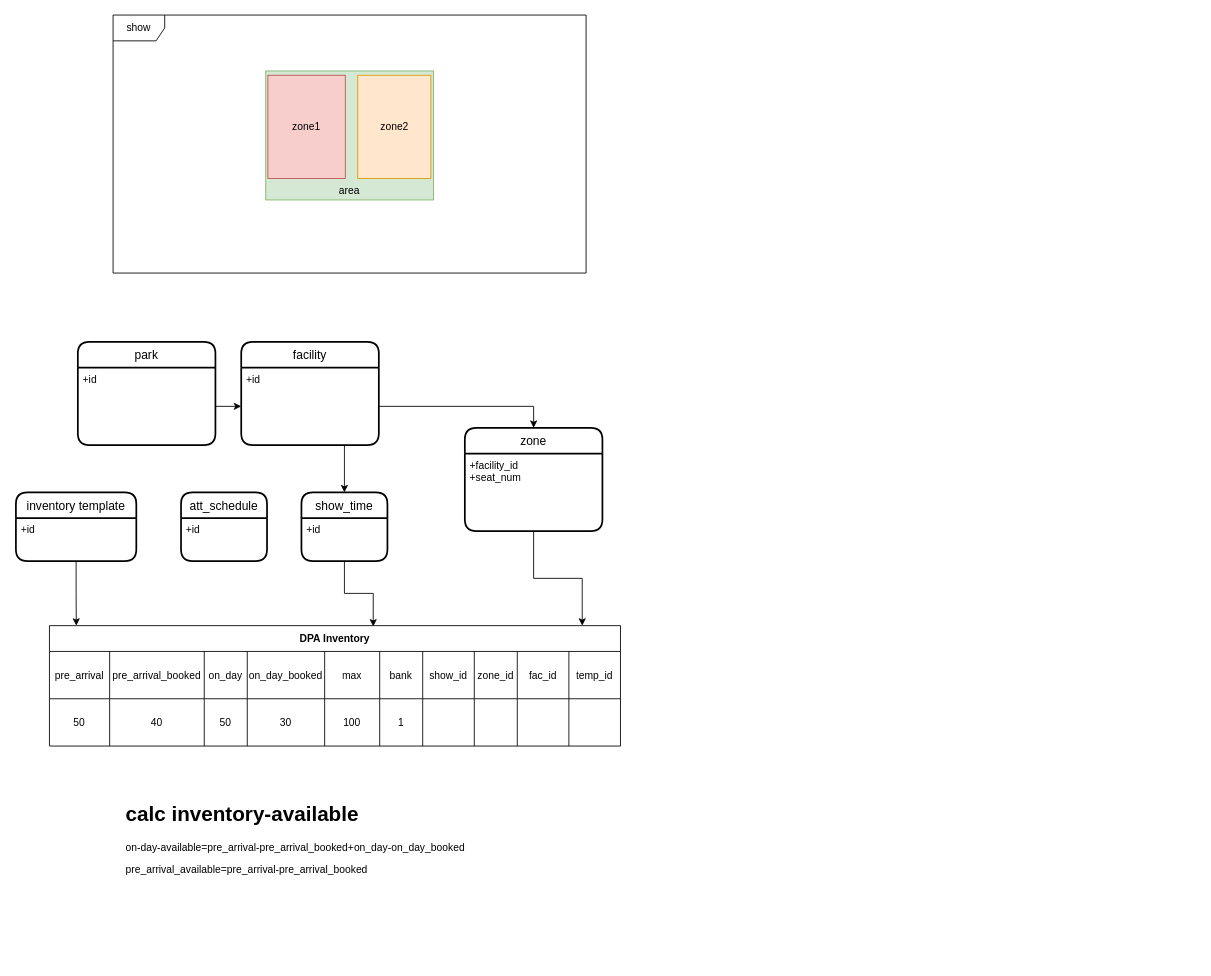
lixyu/draw keeps this draw.io diagram as disney/ent_inventory_datad_structure.drawio. Above is the earlier version. Source tidied: cells renumbered, new cells numbered last; positions are measured from the earlier drawing's top-left corner, leaving out a move shared by most shapes. Both pictures are drawn from the tidied source at 86%, with x=0, y=0 at pixel (15, 15).
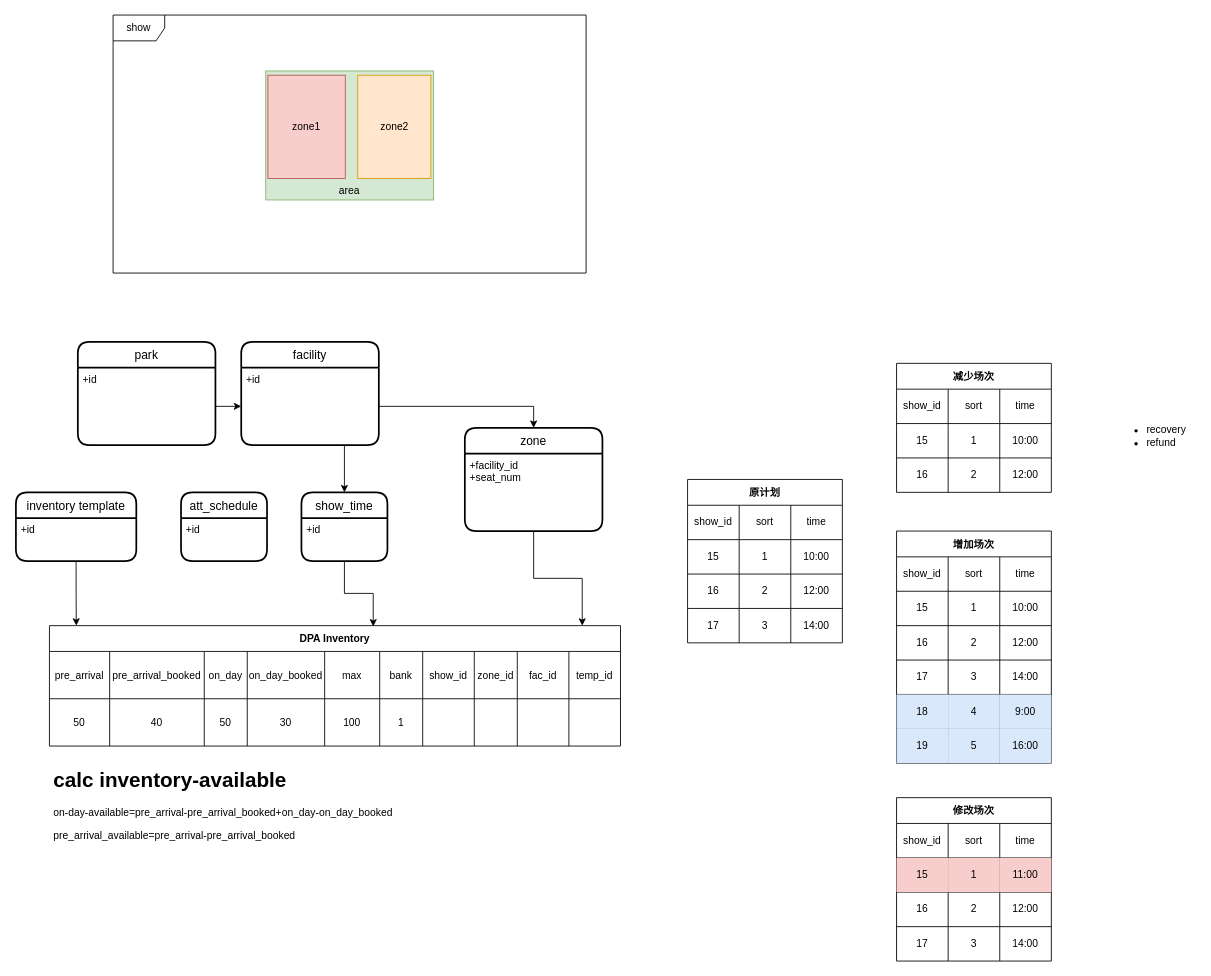
Above is the later version.

What changed in the source:
```diff
@@
     <mxCell id="32" value="&lt;h1&gt;calc inventory-available&lt;/h1&gt;&lt;p&gt;on-day-available=pre_arrival-pre_arrival_booked+on_day-on_day_booked&lt;/p&gt;&lt;p&gt;pre_arrival_available=pre_arrival-pre_arrival_booked&lt;/p&gt;" style="text;html=1;strokeColor=none;fillColor=none;spacing=5;spacingTop=-20;whiteSpace=wrap;overflow=hidden;rounded=0;" parent="1" vertex="1">
-      <mxGeometry x="123" y="910" width="460" height="140" as="geometry" />
+      <mxGeometry x="39" y="870" width="460" height="140" as="geometry" />
     </mxCell>
@@
+    <mxCell id="49" value="原计划" style="shape=table;startSize=30;childLayout=tableLayout;fontStyle=1;align=center;" parent="1" vertex="1">
+      <mxGeometry x="781" y="540" width="180" height="190" as="geometry" />
+    </mxCell>
+    <mxCell id="50" style="shape=tableRow;horizontal=0;startSize=0;swimlaneHead=0;swimlaneBody=0;top=0;left=0;bottom=0;right=0;fillColor=none;" parent="49" vertex="1">
+      <mxGeometry y="30" width="180" height="40" as="geometry" />
+    </mxCell>
+    <mxCell id="51" value="show_id" style="shape=partialRectangle;html=1;whiteSpace=wrap;fillColor=none;top=0;left=0;bottom=0;right=0;overflow=hidden;" parent="50" vertex="1">
+      <mxGeometry width="60" height="40" as="geometry" />
+    </mxCell>
+    <mxCell id="52" value="sort" style="shape=partialRectangle;html=1;whiteSpace=wrap;fillColor=none;top=0;left=0;bottom=0;right=0;overflow=hidden;" parent="50" vertex="1">
+      <mxGeometry x="60" width="60" height="40" as="geometry" />
+    </mxCell>
+    <mxCell id="53" value="time" style="shape=partialRectangle;html=1;whiteSpace=wrap;fillColor=none;top=0;left=0;bottom=0;right=0;overflow=hidden;" parent="50" vertex="1">
+      <mxGeometry x="120" width="60" height="40" as="geometry" />
+    </mxCell>
+    <mxCell id="54" style="shape=tableRow;horizontal=0;startSize=0;swimlaneHead=0;swimlaneBody=0;top=0;left=0;bottom=0;right=0;fillColor=none;" parent="49" vertex="1">
+      <mxGeometry y="70" width="180" height="40" as="geometry" />
+    </mxCell>
+    <mxCell id="55" value="15" style="shape=partialRectangle;html=1;whiteSpace=wrap;fillColor=none;top=0;left=0;bottom=0;right=0;overflow=hidden;" parent="54" vertex="1">
+      <mxGeometry width="60" height="40" as="geometry" />
+    </mxCell>
+    <mxCell id="56" value="1" style="shape=partialRectangle;html=1;whiteSpace=wrap;fillColor=none;top=0;left=0;bottom=0;right=0;overflow=hidden;" parent="54" vertex="1">
+      <mxGeometry x="60" width="60" height="40" as="geometry" />
+    </mxCell>
+    <mxCell id="57" value="10:00" style="shape=partialRectangle;html=1;whiteSpace=wrap;fillColor=none;top=0;left=0;bottom=0;right=0;overflow=hidden;" parent="54" vertex="1">
+      <mxGeometry x="120" width="60" height="40" as="geometry" />
+    </mxCell>
+    <mxCell id="58" style="shape=tableRow;horizontal=0;startSize=0;swimlaneHead=0;swimlaneBody=0;top=0;left=0;bottom=0;right=0;fillColor=none;" parent="49" vertex="1">
+      <mxGeometry y="110" width="180" height="40" as="geometry" />
+    </mxCell>
+    <mxCell id="59" value="16" style="shape=partialRectangle;html=1;whiteSpace=wrap;fillColor=none;top=0;left=0;bottom=0;right=0;overflow=hidden;" parent="58" vertex="1">
+      <mxGeometry width="60" height="40" as="geometry" />
+    </mxCell>
+    <mxCell id="60" value="2" style="shape=partialRectangle;html=1;whiteSpace=wrap;fillColor=none;top=0;left=0;bottom=0;right=0;overflow=hidden;" parent="58" vertex="1">
+      <mxGeometry x="60" width="60" height="40" as="geometry" />
+    </mxCell>
+    <mxCell id="61" value="12:00" style="shape=partialRectangle;html=1;whiteSpace=wrap;fillColor=none;top=0;left=0;bottom=0;right=0;overflow=hidden;" parent="58" vertex="1">
+      <mxGeometry x="120" width="60" height="40" as="geometry" />
+    </mxCell>
+    <mxCell id="62" style="shape=tableRow;horizontal=0;startSize=0;swimlaneHead=0;swimlaneBody=0;top=0;left=0;bottom=0;right=0;fillColor=none;" parent="49" vertex="1">
+      <mxGeometry y="150" width="180" height="40" as="geometry" />
+    </mxCell>
+    <mxCell id="63" value="17" style="shape=partialRectangle;html=1;whiteSpace=wrap;fillColor=none;top=0;left=0;bottom=0;right=0;overflow=hidden;" parent="62" vertex="1">
+      <mxGeometry width="60" height="40" as="geometry" />
+    </mxCell>
+    <mxCell id="64" value="3" style="shape=partialRectangle;html=1;whiteSpace=wrap;fillColor=none;top=0;left=0;bottom=0;right=0;overflow=hidden;" parent="62" vertex="1">
+      <mxGeometry x="60" width="60" height="40" as="geometry" />
+    </mxCell>
+    <mxCell id="65" value="14:00" style="shape=partialRectangle;html=1;whiteSpace=wrap;fillColor=none;top=0;left=0;bottom=0;right=0;overflow=hidden;" parent="62" vertex="1">
+      <mxGeometry x="120" width="60" height="40" as="geometry" />
+    </mxCell>
+    <mxCell id="66" value="减少场次" style="shape=table;startSize=30;childLayout=tableLayout;fontStyle=1;align=center;" parent="1" vertex="1">
+      <mxGeometry x="1024" y="405" width="180" height="150" as="geometry" />
+    </mxCell>
+    <mxCell id="67" style="shape=tableRow;horizontal=0;startSize=0;swimlaneHead=0;swimlaneBody=0;top=0;left=0;bottom=0;right=0;fillColor=none;" parent="66" vertex="1">
+      <mxGeometry y="30" width="180" height="40" as="geometry" />
+    </mxCell>
+    <mxCell id="68" value="show_id" style="shape=partialRectangle;html=1;whiteSpace=wrap;fillColor=none;top=0;left=0;bottom=0;right=0;overflow=hidden;" parent="67" vertex="1">
+      <mxGeometry width="60" height="40" as="geometry" />
+    </mxCell>
+    <mxCell id="69" value="sort" style="shape=partialRectangle;html=1;whiteSpace=wrap;fillColor=none;top=0;left=0;bottom=0;right=0;overflow=hidden;" parent="67" vertex="1">
+      <mxGeometry x="60" width="60" height="40" as="geometry" />
+    </mxCell>
+    <mxCell id="70" value="time" style="shape=partialRectangle;html=1;whiteSpace=wrap;fillColor=none;top=0;left=0;bottom=0;right=0;overflow=hidden;" parent="67" vertex="1">
+      <mxGeometry x="120" width="60" height="40" as="geometry" />
+    </mxCell>
+    <mxCell id="71" style="shape=tableRow;horizontal=0;startSize=0;swimlaneHead=0;swimlaneBody=0;top=0;left=0;bottom=0;right=0;fillColor=none;" parent="66" vertex="1">
+      <mxGeometry y="70" width="180" height="40" as="geometry" />
+    </mxCell>
+    <mxCell id="72" value="15" style="shape=partialRectangle;html=1;whiteSpace=wrap;fillColor=none;top=0;left=0;bottom=0;right=0;overflow=hidden;" parent="71" vertex="1">
+      <mxGeometry width="60" height="40" as="geometry" />
+    </mxCell>
+    <mxCell id="73" value="1" style="shape=partialRectangle;html=1;whiteSpace=wrap;fillColor=none;top=0;left=0;bottom=0;right=0;overflow=hidden;" parent="71" vertex="1">
+      <mxGeometry x="60" width="60" height="40" as="geometry" />
+    </mxCell>
+    <mxCell id="74" value="10:00" style="shape=partialRectangle;html=1;whiteSpace=wrap;fillColor=none;top=0;left=0;bottom=0;right=0;overflow=hidden;" parent="71" vertex="1">
+      <mxGeometry x="120" width="60" height="40" as="geometry" />
+    </mxCell>
+    <mxCell id="75" style="shape=tableRow;horizontal=0;startSize=0;swimlaneHead=0;swimlaneBody=0;top=0;left=0;bottom=0;right=0;fillColor=none;" parent="66" vertex="1">
+      <mxGeometry y="110" width="180" height="40" as="geometry" />
+    </mxCell>
+    <mxCell id="76" value="16" style="shape=partialRectangle;html=1;whiteSpace=wrap;fillColor=none;top=0;left=0;bottom=0;right=0;overflow=hidden;" parent="75" vertex="1">
+      <mxGeometry width="60" height="40" as="geometry" />
+    </mxCell>
+    <mxCell id="77" value="2" style="shape=partialRectangle;html=1;whiteSpace=wrap;fillColor=none;top=0;left=0;bottom=0;right=0;overflow=hidden;" parent="75" vertex="1">
+      <mxGeometry x="60" width="60" height="40" as="geometry" />
+    </mxCell>
+    <mxCell id="78" value="12:00" style="shape=partialRectangle;html=1;whiteSpace=wrap;fillColor=none;top=0;left=0;bottom=0;right=0;overflow=hidden;" parent="75" vertex="1">
+      <mxGeometry x="120" width="60" height="40" as="geometry" />
+    </mxCell>
+    <mxCell id="79" value="增加场次" style="shape=table;startSize=30;childLayout=tableLayout;fontStyle=1;align=center;" parent="1" vertex="1">
+      <mxGeometry x="1024" y="600" width="180" height="270" as="geometry" />
+    </mxCell>
+    <mxCell id="80" style="shape=tableRow;horizontal=0;startSize=0;swimlaneHead=0;swimlaneBody=0;top=0;left=0;bottom=0;right=0;fillColor=none;" parent="79" vertex="1">
+      <mxGeometry y="30" width="180" height="40" as="geometry" />
+    </mxCell>
+    <mxCell id="81" value="show_id" style="shape=partialRectangle;html=1;whiteSpace=wrap;fillColor=none;top=0;left=0;bottom=0;right=0;overflow=hidden;" parent="80" vertex="1">
+      <mxGeometry width="60" height="40" as="geometry" />
+    </mxCell>
+    <mxCell id="82" value="sort" style="shape=partialRectangle;html=1;whiteSpace=wrap;fillColor=none;top=0;left=0;bottom=0;right=0;overflow=hidden;" parent="80" vertex="1">
+      <mxGeometry x="60" width="60" height="40" as="geometry" />
+    </mxCell>
+    <mxCell id="83" value="time" style="shape=partialRectangle;html=1;whiteSpace=wrap;fillColor=none;top=0;left=0;bottom=0;right=0;overflow=hidden;" parent="80" vertex="1">
+      <mxGeometry x="120" width="60" height="40" as="geometry" />
+    </mxCell>
+    <mxCell id="84" style="shape=tableRow;horizontal=0;startSize=0;swimlaneHead=0;swimlaneBody=0;top=0;left=0;bottom=0;right=0;fillColor=none;" parent="79" vertex="1">
+      <mxGeometry y="70" width="180" height="40" as="geometry" />
+    </mxCell>
+    <mxCell id="85" value="15" style="shape=partialRectangle;html=1;whiteSpace=wrap;fillColor=none;top=0;left=0;bottom=0;right=0;overflow=hidden;" parent="84" vertex="1">
+      <mxGeometry width="60" height="40" as="geometry" />
+    </mxCell>
+    <mxCell id="86" value="1" style="shape=partialRectangle;html=1;whiteSpace=wrap;fillColor=none;top=0;left=0;bottom=0;right=0;overflow=hidden;" parent="84" vertex="1">
+      <mxGeometry x="60" width="60" height="40" as="geometry" />
+    </mxCell>
+    <mxCell id="87" value="10:00" style="shape=partialRectangle;html=1;whiteSpace=wrap;fillColor=none;top=0;left=0;bottom=0;right=0;overflow=hidden;" parent="84" vertex="1">
+      <mxGeometry x="120" width="60" height="40" as="geometry" />
+    </mxCell>
+    <mxCell id="88" style="shape=tableRow;horizontal=0;startSize=0;swimlaneHead=0;swimlaneBody=0;top=0;left=0;bottom=0;right=0;fillColor=none;" parent="79" vertex="1">
+      <mxGeometry y="110" width="180" height="40" as="geometry" />
+    </mxCell>
+    <mxCell id="89" value="16" style="shape=partialRectangle;html=1;whiteSpace=wrap;fillColor=none;top=0;left=0;bottom=0;right=0;overflow=hidden;" parent="88" vertex="1">
+      <mxGeometry width="60" height="40" as="geometry" />
+    </mxCell>
+    <mxCell id="90" value="2" style="shape=partialRectangle;html=1;whiteSpace=wrap;fillColor=none;top=0;left=0;bottom=0;right=0;overflow=hidden;" parent="88" vertex="1">
+      <mxGeometry x="60" width="60" height="40" as="geometry" />
+    </mxCell>
+    <mxCell id="91" value="12:00" style="shape=partialRectangle;html=1;whiteSpace=wrap;fillColor=none;top=0;left=0;bottom=0;right=0;overflow=hidden;" parent="88" vertex="1">
+      <mxGeometry x="120" width="60" height="40" as="geometry" />
+    </mxCell>
+    <mxCell id="92" style="shape=tableRow;horizontal=0;startSize=0;swimlaneHead=0;swimlaneBody=0;top=0;left=0;bottom=0;right=0;fillColor=none;" parent="79" vertex="1">
+      <mxGeometry y="150" width="180" height="40" as="geometry" />
+    </mxCell>
+    <mxCell id="93" value="17" style="shape=partialRectangle;html=1;whiteSpace=wrap;fillColor=none;top=0;left=0;bottom=0;right=0;overflow=hidden;" parent="92" vertex="1">
+      <mxGeometry width="60" height="40" as="geometry" />
+    </mxCell>
+    <mxCell id="94" value="3" style="shape=partialRectangle;html=1;whiteSpace=wrap;fillColor=none;top=0;left=0;bottom=0;right=0;overflow=hidden;" parent="92" vertex="1">
+      <mxGeometry x="60" width="60" height="40" as="geometry" />
+    </mxCell>
+    <mxCell id="95" value="14:00" style="shape=partialRectangle;html=1;whiteSpace=wrap;fillColor=none;top=0;left=0;bottom=0;right=0;overflow=hidden;" parent="92" vertex="1">
+      <mxGeometry x="120" width="60" height="40" as="geometry" />
+    </mxCell>
+    <mxCell id="96" style="shape=tableRow;horizontal=0;startSize=0;swimlaneHead=0;swimlaneBody=0;top=0;left=0;bottom=0;right=0;fillColor=none;" parent="79" vertex="1">
+      <mxGeometry y="190" width="180" height="40" as="geometry" />
+    </mxCell>
+    <mxCell id="97" value="18" style="shape=partialRectangle;html=1;whiteSpace=wrap;fillColor=#dae8fc;top=0;left=0;bottom=0;right=0;overflow=hidden;strokeColor=#6c8ebf;" parent="96" vertex="1">
+      <mxGeometry width="60" height="40" as="geometry" />
+    </mxCell>
+    <mxCell id="98" value="4" style="shape=partialRectangle;html=1;whiteSpace=wrap;fillColor=#dae8fc;top=0;left=0;bottom=0;right=0;overflow=hidden;strokeColor=#6c8ebf;" parent="96" vertex="1">
+      <mxGeometry x="60" width="60" height="40" as="geometry" />
+    </mxCell>
+    <mxCell id="99" value="9:00" style="shape=partialRectangle;html=1;whiteSpace=wrap;fillColor=#dae8fc;top=0;left=0;bottom=0;right=0;overflow=hidden;strokeColor=#6c8ebf;" parent="96" vertex="1">
+      <mxGeometry x="120" width="60" height="40" as="geometry" />
+    </mxCell>
+    <mxCell id="100" style="shape=tableRow;horizontal=0;startSize=0;swimlaneHead=0;swimlaneBody=0;top=0;left=0;bottom=0;right=0;fillColor=none;" parent="79" vertex="1">
+      <mxGeometry y="230" width="180" height="40" as="geometry" />
+    </mxCell>
+    <mxCell id="101" value="19" style="shape=partialRectangle;html=1;whiteSpace=wrap;fillColor=#dae8fc;top=0;left=0;bottom=0;right=0;overflow=hidden;strokeColor=#6c8ebf;" parent="100" vertex="1">
+      <mxGeometry width="60" height="40" as="geometry" />
+    </mxCell>
+    <mxCell id="102" value="5" style="shape=partialRectangle;html=1;whiteSpace=wrap;fillColor=#dae8fc;top=0;left=0;bottom=0;right=0;overflow=hidden;strokeColor=#6c8ebf;" parent="100" vertex="1">
+      <mxGeometry x="60" width="60" height="40" as="geometry" />
+    </mxCell>
+    <mxCell id="103" value="16:00" style="shape=partialRectangle;html=1;whiteSpace=wrap;fillColor=#dae8fc;top=0;left=0;bottom=0;right=0;overflow=hidden;strokeColor=#6c8ebf;" parent="100" vertex="1">
+      <mxGeometry x="120" width="60" height="40" as="geometry" />
+    </mxCell>
+    <mxCell id="104" value="&lt;ul&gt;&lt;li&gt;recovery&lt;/li&gt;&lt;li&gt;refund&lt;/li&gt;&lt;/ul&gt;" style="text;strokeColor=none;fillColor=none;html=1;whiteSpace=wrap;verticalAlign=middle;overflow=hidden;" parent="1" vertex="1">
+      <mxGeometry x="1273" y="450" width="100" height="80" as="geometry" />
+    </mxCell>
+    <mxCell id="105" value="修改场次" style="shape=table;startSize=30;childLayout=tableLayout;fontStyle=1;align=center;" parent="1" vertex="1">
+      <mxGeometry x="1024" y="910" width="180" height="190" as="geometry" />
+    </mxCell>
+    <mxCell id="106" style="shape=tableRow;horizontal=0;startSize=0;swimlaneHead=0;swimlaneBody=0;top=0;left=0;bottom=0;right=0;fillColor=none;" parent="105" vertex="1">
+      <mxGeometry y="30" width="180" height="40" as="geometry" />
+    </mxCell>
+    <mxCell id="107" value="show_id" style="shape=partialRectangle;html=1;whiteSpace=wrap;fillColor=none;top=0;left=0;bottom=0;right=0;overflow=hidden;" parent="106" vertex="1">
+      <mxGeometry width="60" height="40" as="geometry" />
+    </mxCell>
+    <mxCell id="108" value="sort" style="shape=partialRectangle;html=1;whiteSpace=wrap;fillColor=none;top=0;left=0;bottom=0;right=0;overflow=hidden;" parent="106" vertex="1">
+      <mxGeometry x="60" width="60" height="40" as="geometry" />
+    </mxCell>
+    <mxCell id="109" value="time" style="shape=partialRectangle;html=1;whiteSpace=wrap;fillColor=none;top=0;left=0;bottom=0;right=0;overflow=hidden;" parent="106" vertex="1">
+      <mxGeometry x="120" width="60" height="40" as="geometry" />
+    </mxCell>
+    <mxCell id="110" style="shape=tableRow;horizontal=0;startSize=0;swimlaneHead=0;swimlaneBody=0;top=0;left=0;bottom=0;right=0;fillColor=none;" parent="105" vertex="1">
+      <mxGeometry y="70" width="180" height="40" as="geometry" />
+    </mxCell>
+    <mxCell id="111" value="15" style="shape=partialRectangle;html=1;whiteSpace=wrap;fillColor=#f8cecc;top=0;left=0;bottom=0;right=0;overflow=hidden;strokeColor=#b85450;" parent="110" vertex="1">
+      <mxGeometry width="60" height="40" as="geometry" />
+    </mxCell>
+    <mxCell id="112" value="1" style="shape=partialRectangle;html=1;whiteSpace=wrap;fillColor=#f8cecc;top=0;left=0;bottom=0;right=0;overflow=hidden;strokeColor=#b85450;" parent="110" vertex="1">
+      <mxGeometry x="60" width="60" height="40" as="geometry" />
+    </mxCell>
+    <mxCell id="113" value="11:00" style="shape=partialRectangle;html=1;whiteSpace=wrap;fillColor=#f8cecc;top=0;left=0;bottom=0;right=0;overflow=hidden;strokeColor=#b85450;" parent="110" vertex="1">
+      <mxGeometry x="120" width="60" height="40" as="geometry" />
+    </mxCell>
+    <mxCell id="114" style="shape=tableRow;horizontal=0;startSize=0;swimlaneHead=0;swimlaneBody=0;top=0;left=0;bottom=0;right=0;fillColor=none;" parent="105" vertex="1">
+      <mxGeometry y="110" width="180" height="40" as="geometry" />
+    </mxCell>
+    <mxCell id="115" value="16" style="shape=partialRectangle;html=1;whiteSpace=wrap;fillColor=none;top=0;left=0;bottom=0;right=0;overflow=hidden;" parent="114" vertex="1">
+      <mxGeometry width="60" height="40" as="geometry" />
+    </mxCell>
+    <mxCell id="116" value="2" style="shape=partialRectangle;html=1;whiteSpace=wrap;fillColor=none;top=0;left=0;bottom=0;right=0;overflow=hidden;" parent="114" vertex="1">
+      <mxGeometry x="60" width="60" height="40" as="geometry" />
+    </mxCell>
+    <mxCell id="117" value="12:00" style="shape=partialRectangle;html=1;whiteSpace=wrap;fillColor=none;top=0;left=0;bottom=0;right=0;overflow=hidden;" parent="114" vertex="1">
+      <mxGeometry x="120" width="60" height="40" as="geometry" />
+    </mxCell>
+    <mxCell id="118" style="shape=tableRow;horizontal=0;startSize=0;swimlaneHead=0;swimlaneBody=0;top=0;left=0;bottom=0;right=0;fillColor=none;" parent="105" vertex="1">
+      <mxGeometry y="150" width="180" height="40" as="geometry" />
+    </mxCell>
+    <mxCell id="119" value="17" style="shape=partialRectangle;html=1;whiteSpace=wrap;fillColor=none;top=0;left=0;bottom=0;right=0;overflow=hidden;" parent="118" vertex="1">
+      <mxGeometry width="60" height="40" as="geometry" />
+    </mxCell>
+    <mxCell id="120" value="3" style="shape=partialRectangle;html=1;whiteSpace=wrap;fillColor=none;top=0;left=0;bottom=0;right=0;overflow=hidden;" parent="118" vertex="1">
+      <mxGeometry x="60" width="60" height="40" as="geometry" />
+    </mxCell>
+    <mxCell id="121" value="14:00" style="shape=partialRectangle;html=1;whiteSpace=wrap;fillColor=none;top=0;left=0;bottom=0;right=0;overflow=hidden;" parent="118" vertex="1">
+      <mxGeometry x="120" width="60" height="40" as="geometry" />
+    </mxCell>
```
